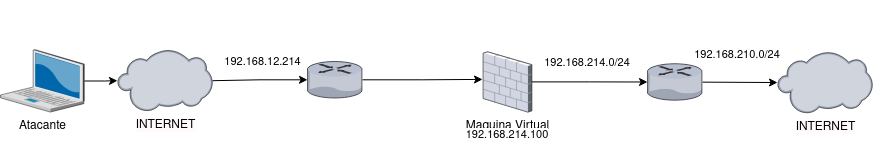
This is imagenes/Diagrama_Red.png from AlejandroP02/Sintesis, a draw.io export, as it was before one commit. Source tidied: cells renumbered, new cells last; positions are measured from the earlier drawing's top-left corner, leaving out a move shared by most shapes. Source of this version:
```xml
<mxGraphModel>
  <root>
    <mxCell id="0" />
    <mxCell id="1" parent="0" />
    <mxCell id="2" value="192.168.12.214" style="edgeStyle=orthogonalEdgeStyle;rounded=0;jettySize=auto;html=1;startArrow=classic;startFill=1;endArrow=none;endFill=0;" parent="1" edge="1" source="12" target="3">
      <mxGeometry x="0.01" y="-19" relative="1" as="geometry">
        <mxPoint x="2" as="offset" />
      </mxGeometry>
    </mxCell>
    <mxCell id="3" value="&lt;span style=&quot;&quot;&gt;&lt;font color=&quot;#050000&quot;&gt;&lt;span&gt;INTERNET&lt;/span&gt;&lt;/font&gt;&lt;/span&gt;" style="verticalLabelPosition=bottom;sketch=0;html=1;verticalAlign=top;align=center;outlineConnect=0;shape=mxgraph.citrix.cloud;shadow=0;labelBackgroundColor=#FFFAFE;labelBorderColor=none;gradientDirection=radial;" parent="1" vertex="1">
      <mxGeometry x="117" y="49.2" width="95" height="62" as="geometry" />
    </mxCell>
    <mxCell id="4" style="edgeStyle=orthogonalEdgeStyle;rounded=0;jettySize=auto;html=1;startArrow=none;startFill=0;endArrow=classic;endFill=1;" parent="1" edge="1" source="5" target="3">
      <mxGeometry relative="1" as="geometry" />
    </mxCell>
    <mxCell id="5" value="Atacante" style="verticalLabelPosition=bottom;sketch=0;html=1;verticalAlign=top;strokeColor=none;align=center;outlineConnect=0;shape=mxgraph.citrix.laptop_2;shadow=0;labelBackgroundColor=default;labelBorderColor=none;fontColor=default;gradientColor=#ffffff;gradientDirection=radial;" parent="1" vertex="1">
      <mxGeometry y="49.2" width="83.8" height="62.5" as="geometry" />
    </mxCell>
    <mxCell id="6" style="edgeStyle=orthogonalEdgeStyle;rounded=0;jettySize=auto;html=1;" parent="1" edge="1" source="7" target="13">
      <mxGeometry relative="1" as="geometry" />
    </mxCell>
    <mxCell id="7" value="Maquina Virtual" style="verticalLabelPosition=bottom;sketch=0;html=1;verticalAlign=top;strokeColor=none;align=center;outlineConnect=0;shape=mxgraph.citrix.firewall;fillColor=#FF3333;" parent="1" vertex="1">
      <mxGeometry x="482.7" y="51.3" width="48.6" height="60.3" as="geometry" />
    </mxCell>
    <mxCell id="8" value="&lt;span style=&quot;font-size: 11px&quot;&gt;192.168.214.0/24&lt;/span&gt;" style="text;html=1;strokeColor=none;fillColor=none;align=center;verticalAlign=middle;whiteSpace=wrap;rounded=0;labelBackgroundColor=default;labelBorderColor=none;fontColor=default;" parent="1" vertex="1">
      <mxGeometry x="557" y="47.9" width="60" height="30" as="geometry" />
    </mxCell>
    <mxCell id="9" value="&lt;span style=&quot;font-size: 11px&quot;&gt;192.168.210.0/24&lt;/span&gt;" style="text;html=1;strokeColor=none;fillColor=none;align=center;verticalAlign=middle;whiteSpace=wrap;rounded=0;labelBackgroundColor=default;labelBorderColor=none;fontColor=default;" parent="1" vertex="1">
      <mxGeometry x="707" y="40" width="60" height="30" as="geometry" />
    </mxCell>
    <mxCell id="10" value="&lt;span style=&quot;font-size: 11px&quot;&gt;192.168.214.100&lt;br&gt;&lt;/span&gt;" style="text;html=1;strokeColor=none;fillColor=none;align=center;verticalAlign=middle;whiteSpace=wrap;rounded=0;labelBackgroundColor=default;labelBorderColor=none;fontColor=default;" parent="1" vertex="1">
      <mxGeometry x="477" y="120" width="60" height="30" as="geometry" />
    </mxCell>
    <mxCell id="11" style="edgeStyle=orthogonalEdgeStyle;rounded=0;jettySize=auto;html=1;" parent="1" edge="1" source="12">
      <mxGeometry relative="1" as="geometry">
        <mxPoint x="482" y="78.9" as="targetPoint" />
      </mxGeometry>
    </mxCell>
    <mxCell id="12" style="verticalLabelPosition=bottom;sketch=0;html=1;verticalAlign=top;strokeColor=none;align=center;outlineConnect=0;shape=mxgraph.citrix.router;" parent="1" vertex="1">
      <mxGeometry x="307" y="61" width="55" height="36.5" as="geometry" />
    </mxCell>
    <mxCell id="13" style="verticalLabelPosition=bottom;sketch=0;html=1;verticalAlign=top;strokeColor=none;align=center;outlineConnect=0;shape=mxgraph.citrix.router;" parent="1" vertex="1">
      <mxGeometry x="647" y="63.2" width="55" height="36.5" as="geometry" />
    </mxCell>
    <mxCell id="14" style="endArrow=classic;html=1;rounded=0;" parent="1" edge="1" source="13" target="15">
      <mxGeometry relative="1" as="geometry" />
    </mxCell>
    <mxCell id="15" value="&lt;span style=&quot;&quot;&gt;&lt;font color=&quot;#050000&quot;&gt;&lt;span&gt;INTERNET&lt;/span&gt;&lt;/font&gt;&lt;/span&gt;" style="verticalLabelPosition=bottom;sketch=0;html=1;verticalAlign=top;align=center;outlineConnect=0;shape=mxgraph.citrix.cloud;shadow=0;labelBackgroundColor=#FFFAFE;labelBorderColor=none;gradientDirection=radial;" parent="1" vertex="1">
      <mxGeometry x="777" y="51.3" width="95" height="62" as="geometry" />
    </mxCell>
    <mxCell id="16" style="rounded=0;whiteSpace=wrap;html=1;fontColor=none;noLabel=1;strokeWidth=0;strokeColor=none;" parent="1" vertex="1">
      <mxGeometry x="452" width="120" height="40" as="geometry" />
    </mxCell>
  </root>
</mxGraphModel>
```
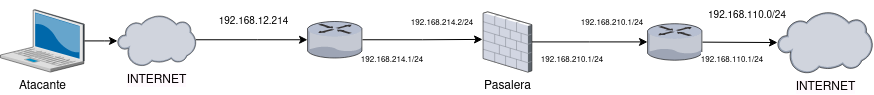
After the change.

Commit message:
Diagrama cambiado

Diff of the diagram source:
```diff
@@ -2,13 +2,17 @@
   <root>
     <mxCell id="0" />
     <mxCell id="1" parent="0" />
-    <mxCell id="2" value="192.168.12.214" style="edgeStyle=orthogonalEdgeStyle;rounded=0;jettySize=auto;html=1;startArrow=classic;startFill=1;endArrow=none;endFill=0;" parent="1" edge="1" source="12" target="3">
+    <mxCell id="2" value="&lt;font style=&quot;font-size: 10px&quot;&gt;192.168.12.&lt;font style=&quot;font-size: 10px&quot;&gt;214&lt;/font&gt;&lt;/font&gt;" style="edgeStyle=orthogonalEdgeStyle;rounded=0;jettySize=auto;html=1;startArrow=classic;startFill=1;endArrow=none;endFill=0;" parent="1" edge="1" source="12" target="3">
       <mxGeometry x="0.01" y="-19" relative="1" as="geometry">
+        <Array as="points">
+          <mxPoint x="257" y="80" />
+          <mxPoint x="257" y="80" />
+        </Array>
         <mxPoint x="2" as="offset" />
       </mxGeometry>
     </mxCell>
     <mxCell id="3" value="&lt;span style=&quot;&quot;&gt;&lt;font color=&quot;#050000&quot;&gt;&lt;span&gt;INTERNET&lt;/span&gt;&lt;/font&gt;&lt;/span&gt;" style="verticalLabelPosition=bottom;sketch=0;html=1;verticalAlign=top;align=center;outlineConnect=0;shape=mxgraph.citrix.cloud;shadow=0;labelBackgroundColor=#FFFAFE;labelBorderColor=none;gradientDirection=radial;" parent="1" vertex="1">
-      <mxGeometry x="117" y="49.2" width="95" height="62" as="geometry" />
+      <mxGeometry x="117" y="54.8" width="78.4" height="51.2" as="geometry" />
     </mxCell>
     <mxCell id="4" style="edgeStyle=orthogonalEdgeStyle;rounded=0;jettySize=auto;html=1;startArrow=none;startFill=0;endArrow=classic;endFill=1;" parent="1" edge="1" source="5" target="3">
       <mxGeometry relative="1" as="geometry" />
@@ -19,18 +23,12 @@
     <mxCell id="6" style="edgeStyle=orthogonalEdgeStyle;rounded=0;jettySize=auto;html=1;" parent="1" edge="1" source="7" target="13">
       <mxGeometry relative="1" as="geometry" />
     </mxCell>
-    <mxCell id="7" value="Maquina Virtual" style="verticalLabelPosition=bottom;sketch=0;html=1;verticalAlign=top;strokeColor=none;align=center;outlineConnect=0;shape=mxgraph.citrix.firewall;fillColor=#FF3333;" parent="1" vertex="1">
+    <mxCell id="7" value="Pasalera" style="verticalLabelPosition=bottom;sketch=0;html=1;verticalAlign=top;strokeColor=none;align=center;outlineConnect=0;shape=mxgraph.citrix.firewall;fillColor=#FF3333;" parent="1" vertex="1">
       <mxGeometry x="482.7" y="51.3" width="48.6" height="60.3" as="geometry" />
     </mxCell>
-    <mxCell id="8" value="&lt;span style=&quot;font-size: 11px&quot;&gt;192.168.214.0/24&lt;/span&gt;" style="text;html=1;strokeColor=none;fillColor=none;align=center;verticalAlign=middle;whiteSpace=wrap;rounded=0;labelBackgroundColor=default;labelBorderColor=none;fontColor=default;" parent="1" vertex="1">
-      <mxGeometry x="557" y="47.9" width="60" height="30" as="geometry" />
-    </mxCell>
-    <mxCell id="9" value="&lt;span style=&quot;font-size: 11px&quot;&gt;192.168.210.0/24&lt;/span&gt;" style="text;html=1;strokeColor=none;fillColor=none;align=center;verticalAlign=middle;whiteSpace=wrap;rounded=0;labelBackgroundColor=default;labelBorderColor=none;fontColor=default;" parent="1" vertex="1">
-      <mxGeometry x="707" y="40" width="60" height="30" as="geometry" />
+    <mxCell id="9" value="&lt;font style=&quot;font-size: 10px&quot;&gt;&lt;span&gt;192.168.110.0/24&lt;/span&gt;&lt;/font&gt;" style="text;html=1;strokeColor=none;fillColor=none;align=center;verticalAlign=middle;whiteSpace=wrap;rounded=0;labelBackgroundColor=default;labelBorderColor=none;fontColor=default;" parent="1" vertex="1">
+      <mxGeometry x="717" y="40" width="60" height="30" as="geometry" />
     </mxCell>
-    <mxCell id="10" value="&lt;span style=&quot;font-size: 11px&quot;&gt;192.168.214.100&lt;br&gt;&lt;/span&gt;" style="text;html=1;strokeColor=none;fillColor=none;align=center;verticalAlign=middle;whiteSpace=wrap;rounded=0;labelBackgroundColor=default;labelBorderColor=none;fontColor=default;" parent="1" vertex="1">
-      <mxGeometry x="477" y="120" width="60" height="30" as="geometry" />
-    </mxCell>
     <mxCell id="11" style="edgeStyle=orthogonalEdgeStyle;rounded=0;jettySize=auto;html=1;" parent="1" edge="1" source="12">
       <mxGeometry relative="1" as="geometry">
         <mxPoint x="482" y="78.9" as="targetPoint" />
@@ -48,8 +46,20 @@
     <mxCell id="15" value="&lt;span style=&quot;&quot;&gt;&lt;font color=&quot;#050000&quot;&gt;&lt;span&gt;INTERNET&lt;/span&gt;&lt;/font&gt;&lt;/span&gt;" style="verticalLabelPosition=bottom;sketch=0;html=1;verticalAlign=top;align=center;outlineConnect=0;shape=mxgraph.citrix.cloud;shadow=0;labelBackgroundColor=#FFFAFE;labelBorderColor=none;gradientDirection=radial;" parent="1" vertex="1">
       <mxGeometry x="777" y="51.3" width="95" height="62" as="geometry" />
     </mxCell>
-    <mxCell id="16" style="rounded=0;whiteSpace=wrap;html=1;fontColor=none;noLabel=1;strokeWidth=0;strokeColor=none;" parent="1" vertex="1">
-      <mxGeometry x="452" width="120" height="40" as="geometry" />
-    </mxCell>
+    <mxCell id="17" value="&lt;font style=&quot;font-size: 8px&quot;&gt;&lt;span&gt;192.168.214.2/24&lt;/span&gt;&lt;/font&gt;" style="text;html=1;strokeColor=none;fillColor=none;align=center;verticalAlign=middle;whiteSpace=wrap;rounded=0;labelBackgroundColor=default;labelBorderColor=none;fontColor=default;" parent="1" vertex="1">
+      <mxGeometry x="417" y="47.9" width="50" height="27.9" as="geometry" />
+    </mxCell>
+    <mxCell id="18" value="&lt;div&gt;&lt;font style=&quot;font-size: 8px&quot;&gt;&lt;span&gt;192.168.214.1/24&lt;/span&gt;&lt;/font&gt;&lt;/div&gt;" style="text;html=1;strokeColor=none;fillColor=none;align=center;verticalAlign=middle;whiteSpace=wrap;rounded=0;labelBackgroundColor=default;labelBorderColor=none;fontColor=default;" parent="1" vertex="1">
+      <mxGeometry x="367" y="85.4" width="50" height="27.9" as="geometry" />
+    </mxCell>
+    <mxCell id="19" value="&lt;div&gt;&lt;font style=&quot;font-size: 8px&quot;&gt;&lt;span&gt;192.168.210.1/24&lt;/span&gt;&lt;/font&gt;&lt;/div&gt;" style="text;html=1;strokeColor=none;fillColor=none;align=center;verticalAlign=middle;whiteSpace=wrap;rounded=0;labelBackgroundColor=default;labelBorderColor=none;fontColor=default;" parent="1" vertex="1">
+      <mxGeometry x="547" y="85.4" width="50" height="27.9" as="geometry" />
+    </mxCell>
+    <mxCell id="20" value="&lt;div&gt;&lt;font style=&quot;font-size: 8px&quot;&gt;&lt;span&gt;192.168.210.1/24&lt;/span&gt;&lt;/font&gt;&lt;/div&gt;" style="text;html=1;strokeColor=none;fillColor=none;align=center;verticalAlign=middle;whiteSpace=wrap;rounded=0;labelBackgroundColor=default;labelBorderColor=none;fontColor=default;" parent="1" vertex="1">
+      <mxGeometry x="587" y="47.9" width="50" height="27.9" as="geometry" />
+    </mxCell>
+    <mxCell id="21" value="&lt;div&gt;&lt;font style=&quot;font-size: 8px&quot;&gt;&lt;span&gt;192.168.110.1/24&lt;/span&gt;&lt;/font&gt;&lt;/div&gt;" style="text;html=1;strokeColor=none;fillColor=none;align=center;verticalAlign=middle;whiteSpace=wrap;rounded=0;labelBackgroundColor=default;labelBorderColor=none;fontColor=default;" parent="1" vertex="1">
+      <mxGeometry x="707" y="85.4" width="50" height="27.9" as="geometry" />
+    </mxCell>
   </root>
 </mxGraphModel>
```
